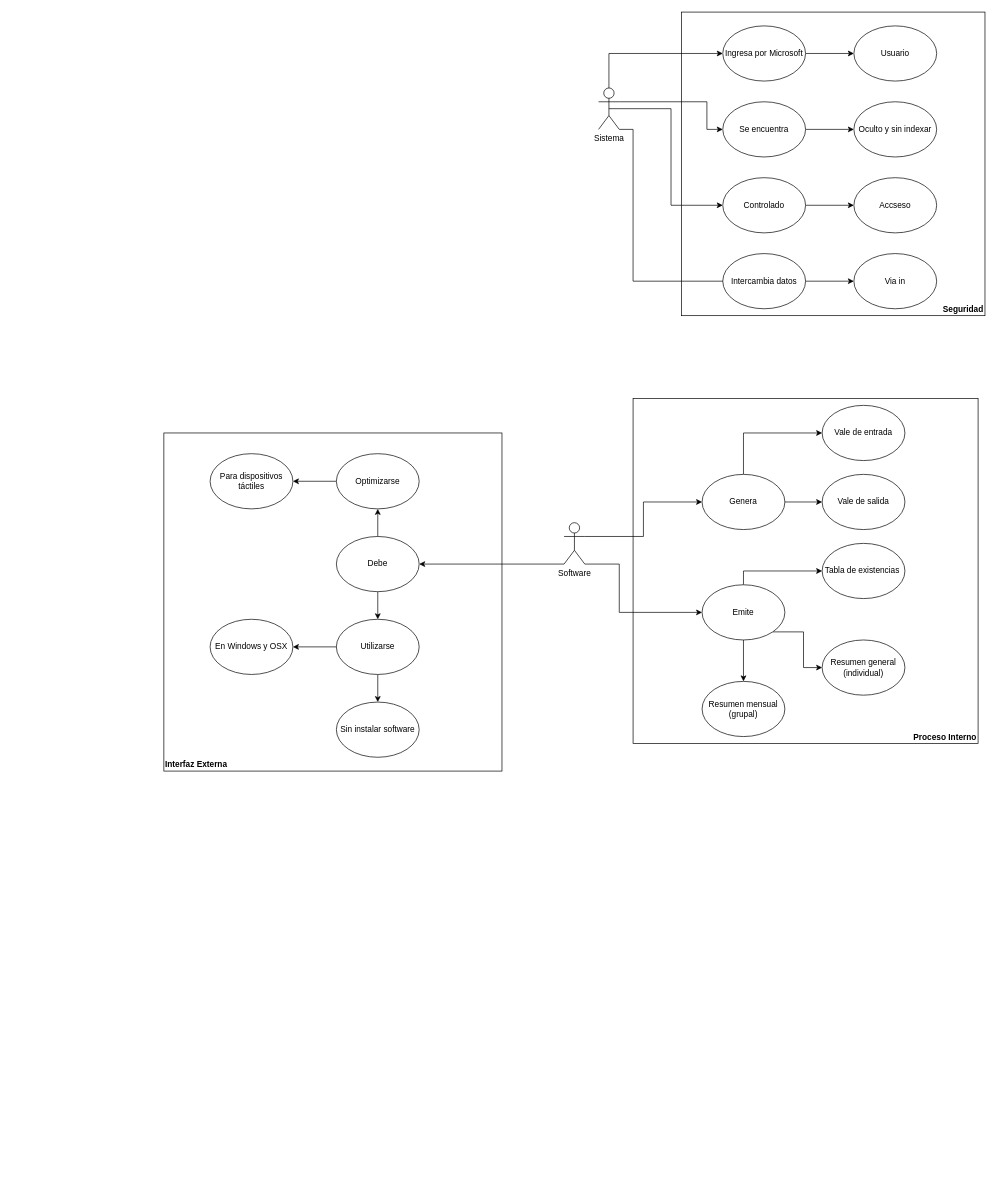
This is First-Sprint/Requerimientos Funcionales.drawio from orlandordzc/pruebas, a draw.io file, before an edit. Source tidied: cells renumbered, new cells numbered last; positions are measured from the earlier drawing's top-left corner, leaving out a move shared by most shapes. Both pictures are drawn from the tidied source at 69%, with x=0, y=0 at pixel (164, 12).
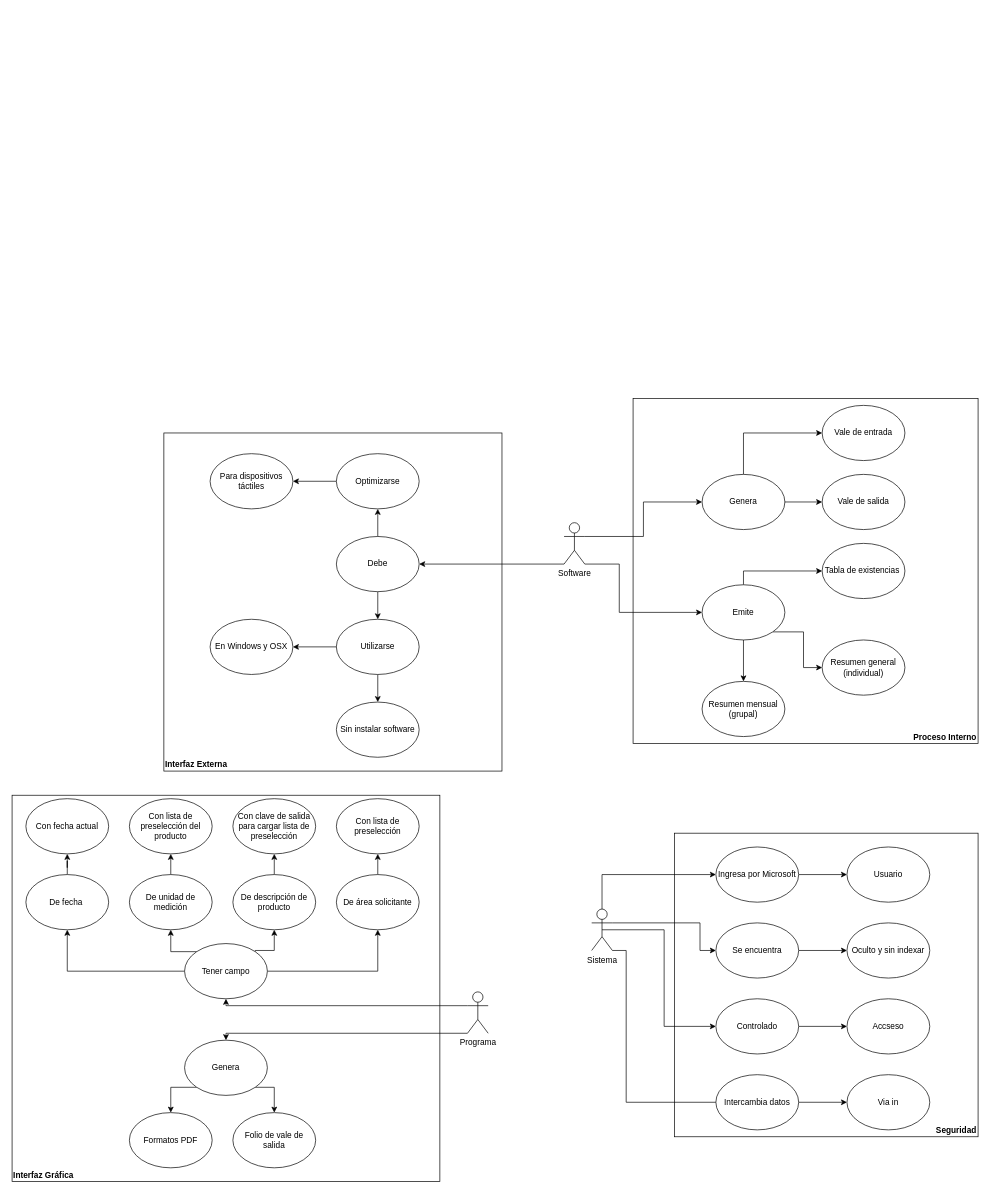
Above is the later version.

Commit message:
Requerimientos Funcionales

Diff of the diagram source:
```diff
@@
     <mxCell id="20" value="&lt;b&gt;Seguridad&lt;/b&gt;" style="whiteSpace=wrap;html=1;align=right;verticalAlign=bottom;" parent="1" vertex="1">
-      <mxGeometry x="750" width="440" height="440" as="geometry" />
+      <mxGeometry x="740" y="1190" width="440" height="440" as="geometry" />
     </mxCell>
     <mxCell id="21" style="edgeStyle=orthogonalEdgeStyle;rounded=0;jettySize=auto;html=1;exitX=1;exitY=0.3333333333333333;exitDx=0;exitDy=0;exitPerimeter=0;entryX=0;entryY=0.5;entryDx=0;entryDy=0;" parent="1" edge="1" source="25" target="30">
       <mxGeometry relative="1" as="geometry">
         <Array as="points">
-          <mxPoint x="787" y="130" />
-          <mxPoint x="787" y="170" />
+          <mxPoint x="777" y="1320" />
+          <mxPoint x="777" y="1360" />
         </Array>
       </mxGeometry>
     </mxCell>
@@
     <mxCell id="23" style="edgeStyle=orthogonalEdgeStyle;rounded=0;jettySize=auto;html=1;exitX=1;exitY=1;exitDx=0;exitDy=0;exitPerimeter=0;entryX=0;entryY=0.5;entryDx=0;entryDy=0;" parent="1" edge="1" source="25" target="33">
       <mxGeometry relative="1" as="geometry">
         <Array as="points">
-          <mxPoint x="680" y="170" />
-          <mxPoint x="680" y="390" />
-          <mxPoint x="820" y="390" />
+          <mxPoint x="670" y="1360" />
+          <mxPoint x="670" y="1580" />
+          <mxPoint x="810" y="1580" />
         </Array>
       </mxGeometry>
     </mxCell>
@@
     <mxCell id="25" value="Sistema" style="shape=umlActor;verticalLabelPosition=bottom;verticalAlign=top;html=1;outlineConnect=0;" parent="1" vertex="1">
-      <mxGeometry x="630" y="110" width="30" height="60" as="geometry" />
+      <mxGeometry x="620" y="1300" width="30" height="60" as="geometry" />
     </mxCell>
     <mxCell id="26" value="Usuario" style="ellipse;whiteSpace=wrap;html=1;" parent="1" vertex="1">
-      <mxGeometry x="1000" y="20" width="120" height="80" as="geometry" />
+      <mxGeometry x="990" y="1210" width="120" height="80" as="geometry" />
     </mxCell>
@@
     <mxCell id="28" value="Ingresa por Microsoft" style="ellipse;whiteSpace=wrap;html=1;" parent="1" vertex="1">
-      <mxGeometry x="810" y="20" width="120" height="80" as="geometry" />
+      <mxGeometry x="800" y="1210" width="120" height="80" as="geometry" />
     </mxCell>
@@
     <mxCell id="30" value="Se encuentra" style="ellipse;whiteSpace=wrap;html=1;" parent="1" vertex="1">
-      <mxGeometry x="810" y="130" width="120" height="80" as="geometry" />
+      <mxGeometry x="800" y="1320" width="120" height="80" as="geometry" />
     </mxCell>
     <mxCell id="31" value="Oculto y sin indexar" style="ellipse;whiteSpace=wrap;html=1;" parent="1" vertex="1">
-      <mxGeometry x="1000" y="130" width="120" height="80" as="geometry" />
+      <mxGeometry x="990" y="1320" width="120" height="80" as="geometry" />
     </mxCell>
@@
     <mxCell id="33" value="Intercambia datos" style="ellipse;whiteSpace=wrap;html=1;" parent="1" vertex="1">
-      <mxGeometry x="810" y="350" width="120" height="80" as="geometry" />
+      <mxGeometry x="800" y="1540" width="120" height="80" as="geometry" />
     </mxCell>
     <mxCell id="34" value="Via in" style="ellipse;whiteSpace=wrap;html=1;" parent="1" vertex="1">
-      <mxGeometry x="1000" y="350" width="120" height="80" as="geometry" />
+      <mxGeometry x="990" y="1540" width="120" height="80" as="geometry" />
     </mxCell>
@@
     <mxCell id="36" value="Controlado" style="ellipse;whiteSpace=wrap;html=1;" parent="1" vertex="1">
-      <mxGeometry x="810" y="240" width="120" height="80" as="geometry" />
+      <mxGeometry x="800" y="1430" width="120" height="80" as="geometry" />
     </mxCell>
     <mxCell id="37" value="Accseso" style="ellipse;whiteSpace=wrap;html=1;" parent="1" vertex="1">
-      <mxGeometry x="1000" y="240" width="120" height="80" as="geometry" />
+      <mxGeometry x="990" y="1430" width="120" height="80" as="geometry" />
     </mxCell>
@@
+    <mxCell id="49" value="Interfaz Gráfica" style="rounded=0;whiteSpace=wrap;html=1;align=left;verticalAlign=bottom;fontStyle=1;" parent="1" vertex="1">
+      <mxGeometry x="-220" y="1135" width="620" height="560" as="geometry" />
+    </mxCell>
+    <mxCell id="50" style="edgeStyle=orthogonalEdgeStyle;rounded=0;jettySize=auto;html=1;exitX=0;exitY=0.3333333333333333;exitDx=0;exitDy=0;exitPerimeter=0;entryX=0.5;entryY=1;entryDx=0;entryDy=0;" parent="1" edge="1" source="52" target="57">
+      <mxGeometry relative="1" as="geometry">
+        <Array as="points">
+          <mxPoint x="90" y="1440" />
+        </Array>
+      </mxGeometry>
+    </mxCell>
+    <mxCell id="51" style="edgeStyle=orthogonalEdgeStyle;rounded=0;jettySize=auto;html=1;exitX=0;exitY=1;exitDx=0;exitDy=0;exitPerimeter=0;entryX=0.5;entryY=0;entryDx=0;entryDy=0;" parent="1" edge="1" source="52" target="69">
+      <mxGeometry relative="1" as="geometry">
+        <Array as="points">
+          <mxPoint x="440" y="1480" />
+          <mxPoint x="90" y="1480" />
+        </Array>
+      </mxGeometry>
+    </mxCell>
+    <mxCell id="52" value="Programa" style="shape=umlActor;verticalLabelPosition=bottom;verticalAlign=top;html=1;outlineConnect=0;" parent="1" vertex="1">
+      <mxGeometry x="440" y="1420" width="30" height="60" as="geometry" />
+    </mxCell>
+    <mxCell id="53" style="edgeStyle=orthogonalEdgeStyle;rounded=0;jettySize=auto;html=1;exitX=0;exitY=0;exitDx=0;exitDy=0;entryX=0.5;entryY=1;entryDx=0;entryDy=0;" parent="1" edge="1" source="57" target="59">
+      <mxGeometry relative="1" as="geometry">
+        <Array as="points">
+          <mxPoint x="10" y="1362" />
+        </Array>
+      </mxGeometry>
+    </mxCell>
+    <mxCell id="54" style="edgeStyle=orthogonalEdgeStyle;rounded=0;jettySize=auto;html=1;exitX=1;exitY=0.5;exitDx=0;exitDy=0;entryX=0.5;entryY=1;entryDx=0;entryDy=0;" parent="1" edge="1" source="57" target="61">
+      <mxGeometry relative="1" as="geometry" />
+    </mxCell>
+    <mxCell id="55" style="edgeStyle=orthogonalEdgeStyle;rounded=0;jettySize=auto;html=1;exitX=0;exitY=0.5;exitDx=0;exitDy=0;entryX=0.5;entryY=1;entryDx=0;entryDy=0;" parent="1" edge="1" source="57" target="65">
+      <mxGeometry relative="1" as="geometry" />
+    </mxCell>
+    <mxCell id="56" style="edgeStyle=orthogonalEdgeStyle;rounded=0;jettySize=auto;html=1;exitX=1;exitY=0;exitDx=0;exitDy=0;entryX=0.5;entryY=1;entryDx=0;entryDy=0;" parent="1" edge="1" source="57" target="63">
+      <mxGeometry relative="1" as="geometry">
+        <Array as="points">
+          <mxPoint x="132" y="1360" />
+          <mxPoint x="160" y="1360" />
+        </Array>
+      </mxGeometry>
+    </mxCell>
+    <mxCell id="57" value="Tener campo" style="ellipse;whiteSpace=wrap;html=1;align=center;verticalAlign=middle;" parent="1" vertex="1">
+      <mxGeometry x="30" y="1350" width="120" height="80" as="geometry" />
+    </mxCell>
+    <mxCell id="58" style="edgeStyle=orthogonalEdgeStyle;rounded=0;jettySize=auto;html=1;exitX=0.5;exitY=0;exitDx=0;exitDy=0;entryX=0.5;entryY=1;entryDx=0;entryDy=0;" parent="1" edge="1" source="59" target="72">
+      <mxGeometry relative="1" as="geometry" />
+    </mxCell>
+    <mxCell id="59" value="De unidad de medición" style="ellipse;whiteSpace=wrap;html=1;align=center;verticalAlign=middle;" parent="1" vertex="1">
+      <mxGeometry x="-50" y="1250" width="120" height="80" as="geometry" />
+    </mxCell>
+    <mxCell id="60" style="edgeStyle=orthogonalEdgeStyle;rounded=0;jettySize=auto;html=1;exitX=0.5;exitY=0;exitDx=0;exitDy=0;entryX=0.5;entryY=1;entryDx=0;entryDy=0;" parent="1" edge="1" source="61" target="70">
+      <mxGeometry relative="1" as="geometry" />
+    </mxCell>
+    <mxCell id="61" value="De área solicitante" style="ellipse;whiteSpace=wrap;html=1;align=center;verticalAlign=middle;" parent="1" vertex="1">
+      <mxGeometry x="250" y="1250" width="120" height="80" as="geometry" />
+    </mxCell>
+    <mxCell id="62" style="edgeStyle=orthogonalEdgeStyle;rounded=0;jettySize=auto;html=1;exitX=0.5;exitY=0;exitDx=0;exitDy=0;entryX=0.5;entryY=1;entryDx=0;entryDy=0;" parent="1" edge="1" source="63" target="71">
+      <mxGeometry relative="1" as="geometry" />
+    </mxCell>
+    <mxCell id="63" value="De descripción de producto" style="ellipse;whiteSpace=wrap;html=1;align=center;verticalAlign=middle;" parent="1" vertex="1">
+      <mxGeometry x="100" y="1250" width="120" height="80" as="geometry" />
+    </mxCell>
+    <mxCell id="64" style="edgeStyle=orthogonalEdgeStyle;rounded=0;jettySize=auto;html=1;exitX=0.5;exitY=0;exitDx=0;exitDy=0;" parent="1" edge="1" source="65" target="66">
+      <mxGeometry relative="1" as="geometry" />
+    </mxCell>
+    <mxCell id="65" value="De fecha&amp;nbsp;" style="ellipse;whiteSpace=wrap;html=1;align=center;verticalAlign=middle;" parent="1" vertex="1">
+      <mxGeometry x="-200" y="1250" width="120" height="80" as="geometry" />
+    </mxCell>
+    <mxCell id="66" value="Con fecha actual" style="ellipse;whiteSpace=wrap;html=1;align=center;verticalAlign=middle;" parent="1" vertex="1">
+      <mxGeometry x="-200" y="1140" width="120" height="80" as="geometry" />
+    </mxCell>
+    <mxCell id="67" style="edgeStyle=orthogonalEdgeStyle;rounded=0;jettySize=auto;html=1;exitX=1;exitY=1;exitDx=0;exitDy=0;entryX=0.5;entryY=0;entryDx=0;entryDy=0;" parent="1" edge="1" source="69" target="74">
+      <mxGeometry relative="1" as="geometry">
+        <Array as="points">
+          <mxPoint x="160" y="1558" />
+        </Array>
+      </mxGeometry>
+    </mxCell>
+    <mxCell id="68" style="edgeStyle=orthogonalEdgeStyle;rounded=0;jettySize=auto;html=1;exitX=0;exitY=1;exitDx=0;exitDy=0;" parent="1" edge="1" source="69" target="73">
+      <mxGeometry relative="1" as="geometry">
+        <Array as="points">
+          <mxPoint x="10" y="1558" />
+        </Array>
+      </mxGeometry>
+    </mxCell>
+    <mxCell id="69" value="Genera" style="ellipse;whiteSpace=wrap;html=1;align=center;verticalAlign=middle;" parent="1" vertex="1">
+      <mxGeometry x="30" y="1490" width="120" height="80" as="geometry" />
+    </mxCell>
+    <mxCell id="70" value="Con lista de preselección" style="ellipse;whiteSpace=wrap;html=1;align=center;verticalAlign=middle;" parent="1" vertex="1">
+      <mxGeometry x="250" y="1140" width="120" height="80" as="geometry" />
+    </mxCell>
+    <mxCell id="71" value="Con clave de salida para cargar lista de preselección" style="ellipse;whiteSpace=wrap;html=1;align=center;verticalAlign=middle;" parent="1" vertex="1">
+      <mxGeometry x="100" y="1140" width="120" height="80" as="geometry" />
+    </mxCell>
+    <mxCell id="72" value="Con lista de preselección del producto" style="ellipse;whiteSpace=wrap;html=1;align=center;verticalAlign=middle;" parent="1" vertex="1">
+      <mxGeometry x="-50" y="1140" width="120" height="80" as="geometry" />
+    </mxCell>
+    <mxCell id="73" value="Formatos PDF" style="ellipse;whiteSpace=wrap;html=1;align=center;verticalAlign=middle;" parent="1" vertex="1">
+      <mxGeometry x="-50" y="1595" width="120" height="80" as="geometry" />
+    </mxCell>
+    <mxCell id="74" value="Folio de vale de salida" style="ellipse;whiteSpace=wrap;html=1;align=center;verticalAlign=middle;" parent="1" vertex="1">
+      <mxGeometry x="100" y="1595" width="120" height="80" as="geometry" />
+    </mxCell>
```
